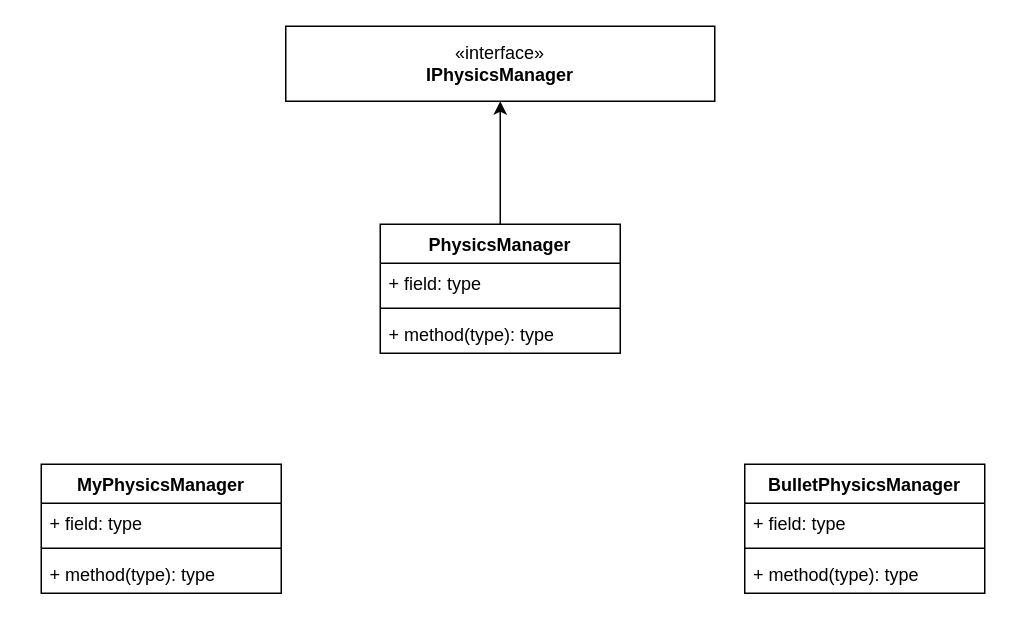
Earlier version of the draw.io diagram page "PhysicManager" (7 of 7) of GameEngine.drawio (yzscodehub/Resource). Source tidied: cells renumbered, new cells numbered last; positions are measured from the earlier drawing's top-left corner, leaving out a move shared by most shapes. Both pictures are drawn from the tidied source at 150%, with x=0, y=0 at pixel (40, 26).
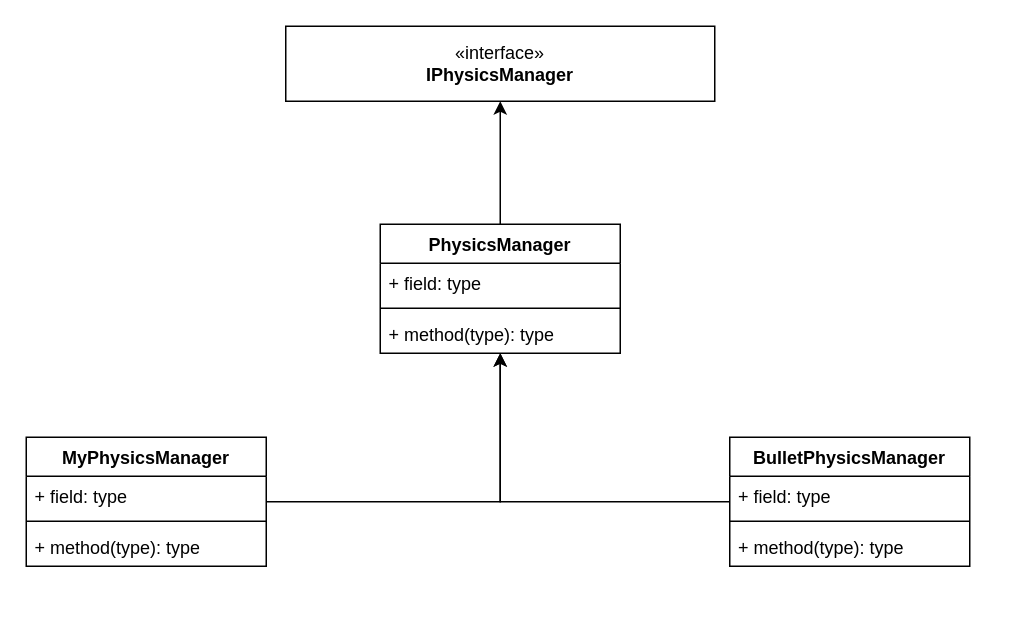
After the change.

Change to the diagram source:
```diff
@@
 <mxGraphModel>
   <root>
     <mxCell id="0" />
     <mxCell id="1" parent="0" />
     <mxCell id="2" value="«interface»&lt;br&gt;&lt;b&gt;IPhysicsManager&lt;br&gt;&lt;/b&gt;" style="html=1;whiteSpace=wrap;" parent="1" vertex="1">
       <mxGeometry x="163" width="286" height="50" as="geometry" />
     </mxCell>
     <mxCell id="3" style="edgeStyle=orthogonalEdgeStyle;rounded=0;jettySize=auto;html=1;" parent="1" edge="1" source="4" target="2">
       <mxGeometry relative="1" as="geometry" />
     </mxCell>
     <mxCell id="4" value="PhysicsManager" style="swimlane;fontStyle=1;align=center;verticalAlign=top;horizontal=1;startSize=26;whiteSpace=wrap;html=1;" parent="1" vertex="1">
       <mxGeometry x="226" y="132" width="160" height="86" as="geometry" />
     </mxCell>
     <mxCell id="5" value="+ field: type" style="text;strokeColor=none;fillColor=none;align=left;verticalAlign=top;spacingLeft=4;spacingRight=4;overflow=hidden;whiteSpace=wrap;html=1;" parent="4" vertex="1">
       <mxGeometry y="26" width="160" height="26" as="geometry" />
     </mxCell>
     <mxCell id="6" style="line;strokeWidth=1;fillColor=none;align=left;verticalAlign=middle;spacingTop=-1;spacingLeft=3;spacingRight=3;labelPosition=right;strokeColor=inherit;" parent="4" vertex="1">
       <mxGeometry y="52" width="160" height="8" as="geometry" />
     </mxCell>
     <mxCell id="7" value="+ method(type): type" style="text;strokeColor=none;fillColor=none;align=left;verticalAlign=top;spacingLeft=4;spacingRight=4;overflow=hidden;whiteSpace=wrap;html=1;" parent="4" vertex="1">
       <mxGeometry y="60" width="160" height="26" as="geometry" />
     </mxCell>
+    <mxCell id="16" style="edgeStyle=orthogonalEdgeStyle;rounded=0;jettySize=auto;html=1;" parent="1" edge="1" source="8" target="4">
+      <mxGeometry relative="1" as="geometry" />
+    </mxCell>
     <mxCell id="8" value="MyPhysicsManager" style="swimlane;fontStyle=1;align=center;verticalAlign=top;horizontal=1;startSize=26;whiteSpace=wrap;html=1;" parent="1" vertex="1">
-      <mxGeometry y="292" width="160" height="86" as="geometry" />
+      <mxGeometry x="-10" y="274" width="160" height="86" as="geometry" />
     </mxCell>
     <mxCell id="9" value="+ field: type" style="text;strokeColor=none;fillColor=none;align=left;verticalAlign=top;spacingLeft=4;spacingRight=4;overflow=hidden;whiteSpace=wrap;html=1;" parent="8" vertex="1">
       <mxGeometry y="26" width="160" height="26" as="geometry" />
     </mxCell>
     <mxCell id="10" style="line;strokeWidth=1;fillColor=none;align=left;verticalAlign=middle;spacingTop=-1;spacingLeft=3;spacingRight=3;labelPosition=right;strokeColor=inherit;" parent="8" vertex="1">
       <mxGeometry y="52" width="160" height="8" as="geometry" />
     </mxCell>
     <mxCell id="11" value="+ method(type): type" style="text;strokeColor=none;fillColor=none;align=left;verticalAlign=top;spacingLeft=4;spacingRight=4;overflow=hidden;whiteSpace=wrap;html=1;" parent="8" vertex="1">
       <mxGeometry y="60" width="160" height="26" as="geometry" />
     </mxCell>
+    <mxCell id="17" style="edgeStyle=orthogonalEdgeStyle;rounded=0;jettySize=auto;html=1;" parent="1" edge="1" source="12" target="4">
+      <mxGeometry relative="1" as="geometry" />
+    </mxCell>
     <mxCell id="12" value="BulletPhysicsManager" style="swimlane;fontStyle=1;align=center;verticalAlign=top;horizontal=1;startSize=26;whiteSpace=wrap;html=1;" parent="1" vertex="1">
-      <mxGeometry x="469" y="292" width="160" height="86" as="geometry" />
+      <mxGeometry x="459" y="274" width="160" height="86" as="geometry" />
     </mxCell>
     <mxCell id="13" value="+ field: type" style="text;strokeColor=none;fillColor=none;align=left;verticalAlign=top;spacingLeft=4;spacingRight=4;overflow=hidden;whiteSpace=wrap;html=1;" parent="12" vertex="1">
       <mxGeometry y="26" width="160" height="26" as="geometry" />
     </mxCell>
     <mxCell id="14" style="line;strokeWidth=1;fillColor=none;align=left;verticalAlign=middle;spacingTop=-1;spacingLeft=3;spacingRight=3;labelPosition=right;strokeColor=inherit;" parent="12" vertex="1">
       <mxGeometry y="52" width="160" height="8" as="geometry" />
     </mxCell>
     <mxCell id="15" value="+ method(type): type" style="text;strokeColor=none;fillColor=none;align=left;verticalAlign=top;spacingLeft=4;spacingRight=4;overflow=hidden;whiteSpace=wrap;html=1;" parent="12" vertex="1">
       <mxGeometry y="60" width="160" height="26" as="geometry" />
     </mxCell>
   </root>
 </mxGraphModel>
```
